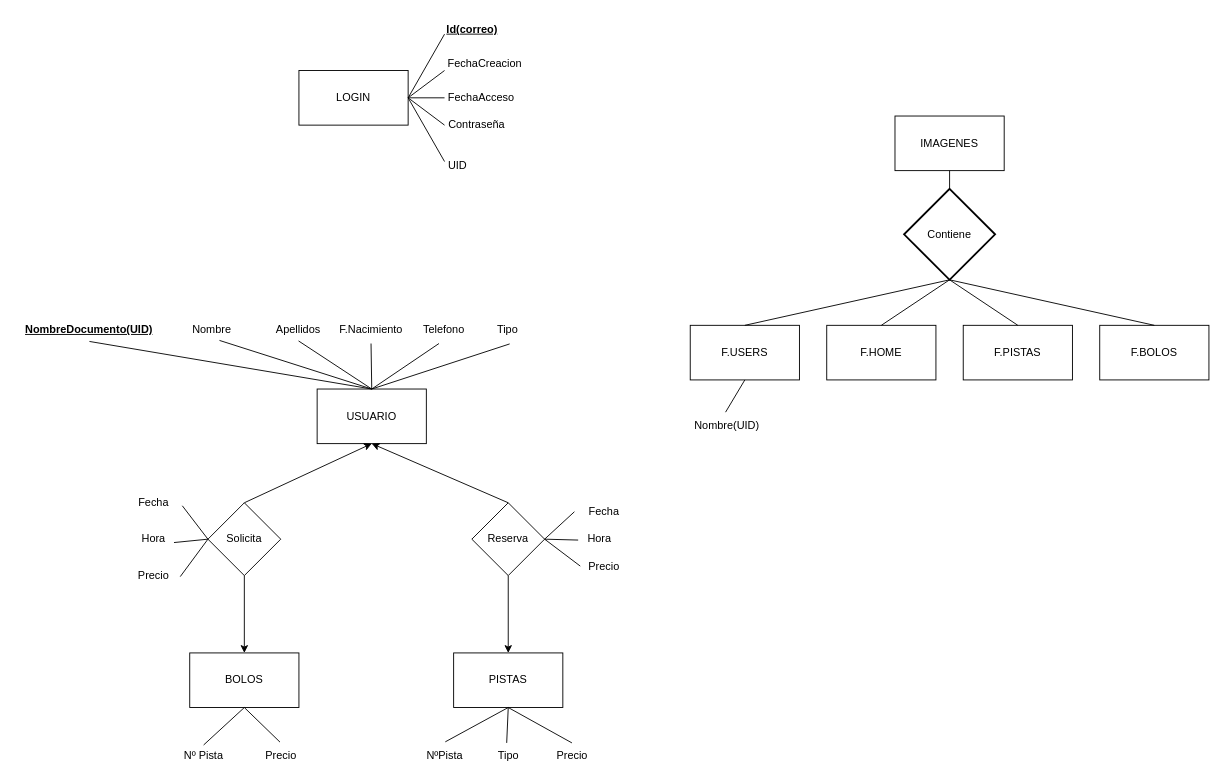
The draw.io diagram Trabajo_Fin_Grado/E02/DiagramaClasesUso.drawio in vod275/TFG_VIctor_Oliver, before the edit. Source tidied: cells renumbered, new cells numbered last; positions are measured from the earlier drawing's top-left corner, leaving out a move shared by most shapes. Both pictures are drawn from the tidied source at 91%, with x=0, y=0 at pixel (15, 15).
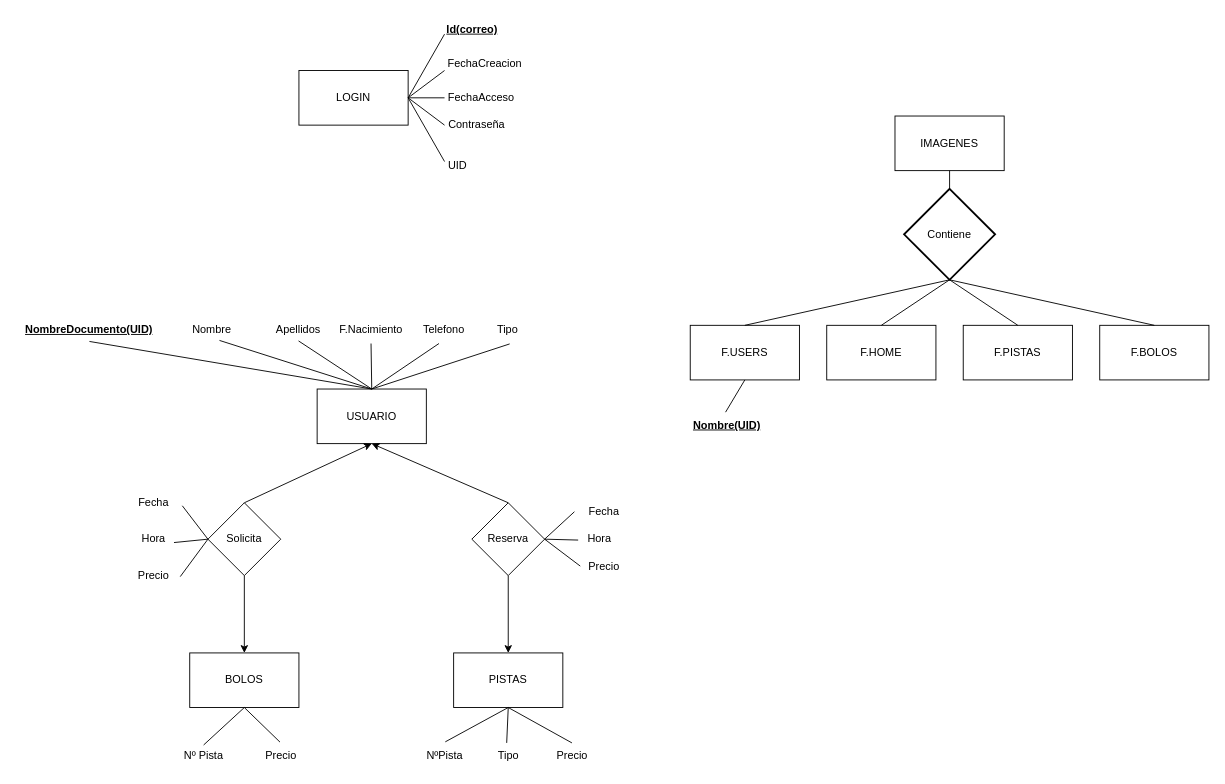
After the change.

The edit, as a diff of the source:
```diff
@@
-    <mxCell id="67" value="Nombre(UID)" style="text;html=1;align=center;verticalAlign=middle;points=[];strokeColor=none;fillColor=none;" parent="1" vertex="1">
+    <mxCell id="67" value="Nombre(UID)" style="text;html=1;align=center;verticalAlign=middle;points=[];strokeColor=none;fillColor=none;fontStyle=5;" parent="1" vertex="1">
       <mxGeometry x="736" y="435" width="90" height="30" as="geometry" />
     </mxCell>
```
